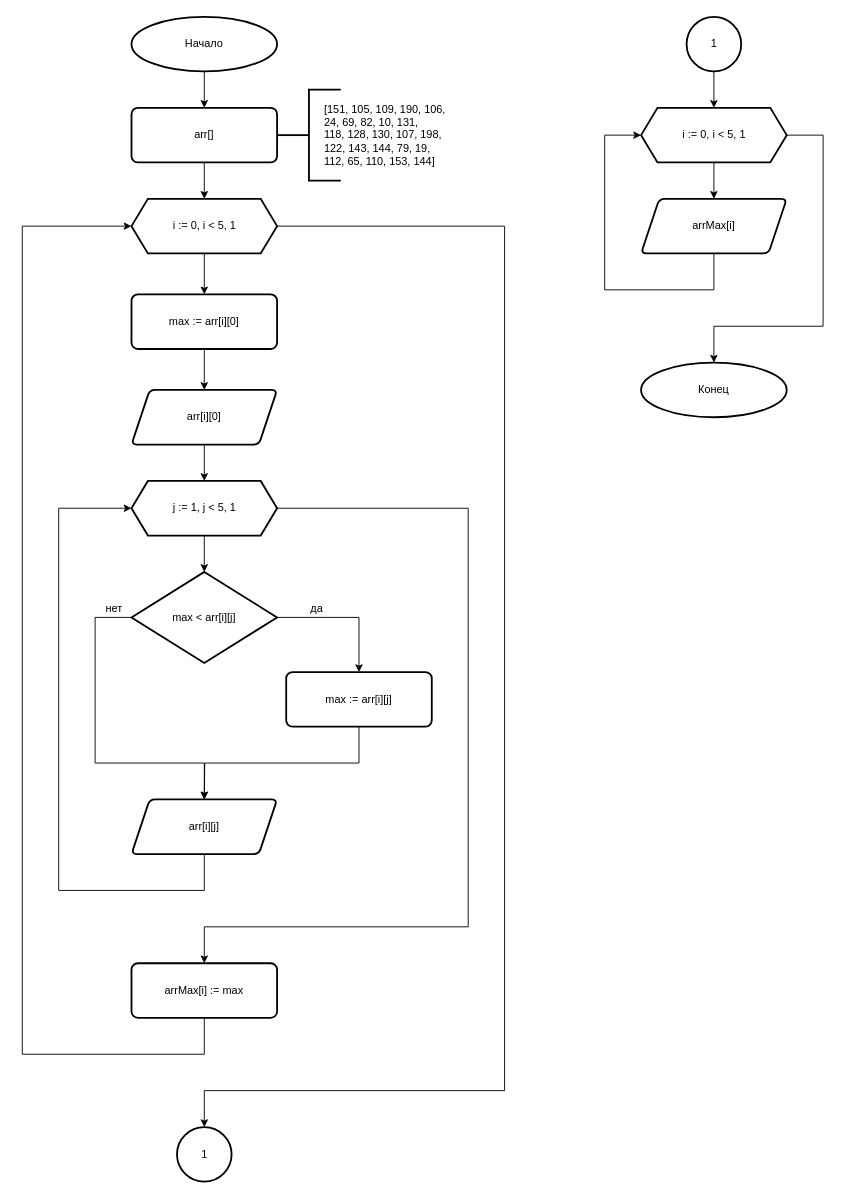
andreyAmaterasu/asm keeps this draw.io diagram as practice2019/Task1/task1.drawio. Above is the earlier version. Source tidied: cells renumbered, new cells numbered last; positions are measured from the earlier drawing's top-left corner, leaving out a move shared by most shapes. Both pictures are drawn from the tidied source at 91%, with x=0, y=0 at pixel (22, 16).
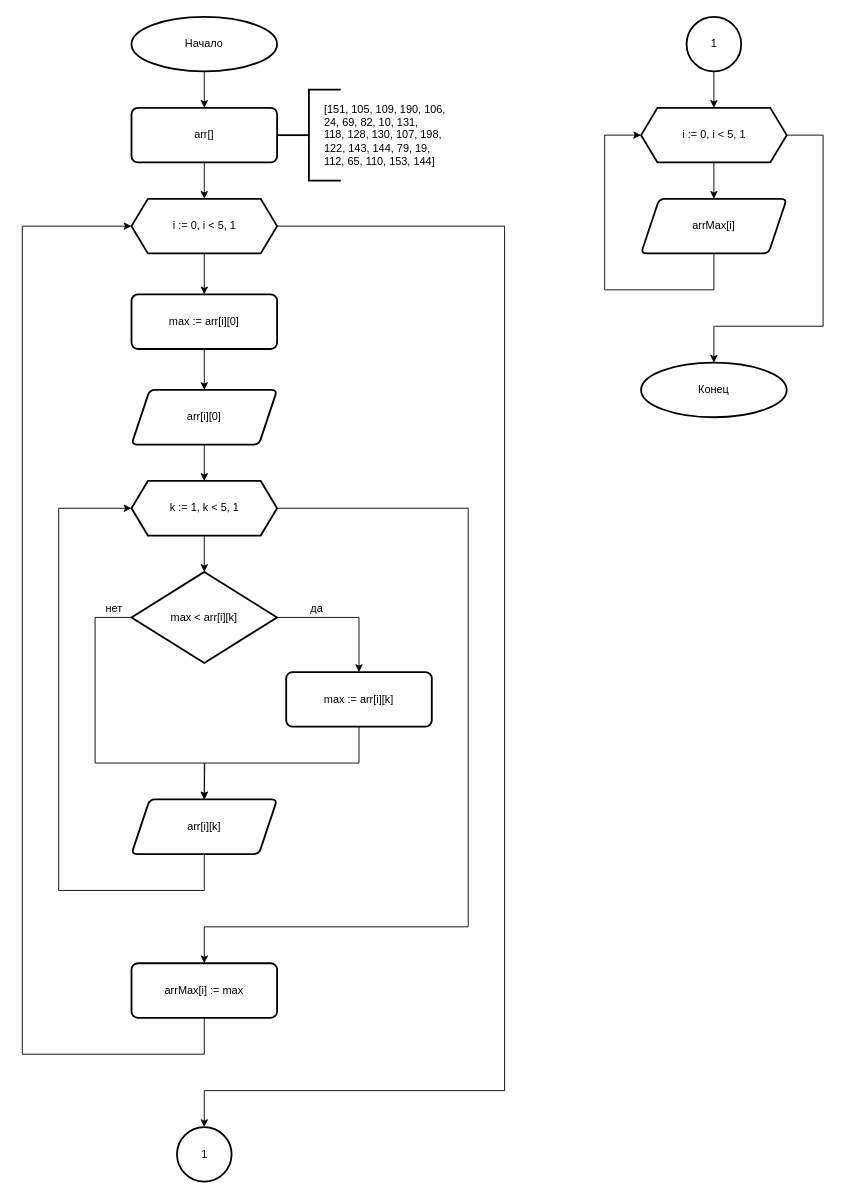
The same page after the edit.

What changed in the source:
```diff
@@
-    <mxCell id="13" value="max &amp;lt; arr[i][j]" style="strokeWidth=2;html=1;shape=mxgraph.flowchart.decision;whiteSpace=wrap;" parent="1" vertex="1">
+    <mxCell id="13" value="max &amp;lt; arr[i][k]" style="strokeWidth=2;html=1;shape=mxgraph.flowchart.decision;whiteSpace=wrap;" parent="1" vertex="1">
       <mxGeometry x="120" y="610" width="160" height="100" as="geometry" />
     </mxCell>
@@
-    <mxCell id="15" value="max := arr[i][j]" style="rounded=1;whiteSpace=wrap;html=1;absoluteArcSize=1;arcSize=14;strokeWidth=2;" parent="1" vertex="1">
+    <mxCell id="15" value="max := arr[i][k]" style="rounded=1;whiteSpace=wrap;html=1;absoluteArcSize=1;arcSize=14;strokeWidth=2;" parent="1" vertex="1">
       <mxGeometry x="290" y="720" width="160" height="60" as="geometry" />
     </mxCell>
@@
-    <mxCell id="21" value="j := 1, j &amp;lt; 5, 1" style="verticalLabelPosition=middle;verticalAlign=middle;html=1;strokeWidth=2;shape=hexagon;perimeter=hexagonPerimeter2;arcSize=6;size=0.1125;labelPosition=center;align=center;" parent="1" vertex="1">
+    <mxCell id="21" value="k := 1, k &amp;lt; 5, 1" style="verticalLabelPosition=middle;verticalAlign=middle;html=1;strokeWidth=2;shape=hexagon;perimeter=hexagonPerimeter2;arcSize=6;size=0.1125;labelPosition=center;align=center;" parent="1" vertex="1">
       <mxGeometry x="120" y="510" width="160" height="60" as="geometry" />
     </mxCell>
@@
-    <mxCell id="32" value="arr[i][j]" style="verticalLabelPosition=middle;verticalAlign=middle;html=1;strokeWidth=2;shape=parallelogram;perimeter=parallelogramPerimeter;whiteSpace=wrap;rounded=1;arcSize=12;size=0.125;labelPosition=center;align=center;" parent="1" vertex="1">
+    <mxCell id="32" value="arr[i][k]" style="verticalLabelPosition=middle;verticalAlign=middle;html=1;strokeWidth=2;shape=parallelogram;perimeter=parallelogramPerimeter;whiteSpace=wrap;rounded=1;arcSize=12;size=0.125;labelPosition=center;align=center;" parent="1" vertex="1">
       <mxGeometry x="120" y="860" width="160" height="60" as="geometry" />
     </mxCell>
```
